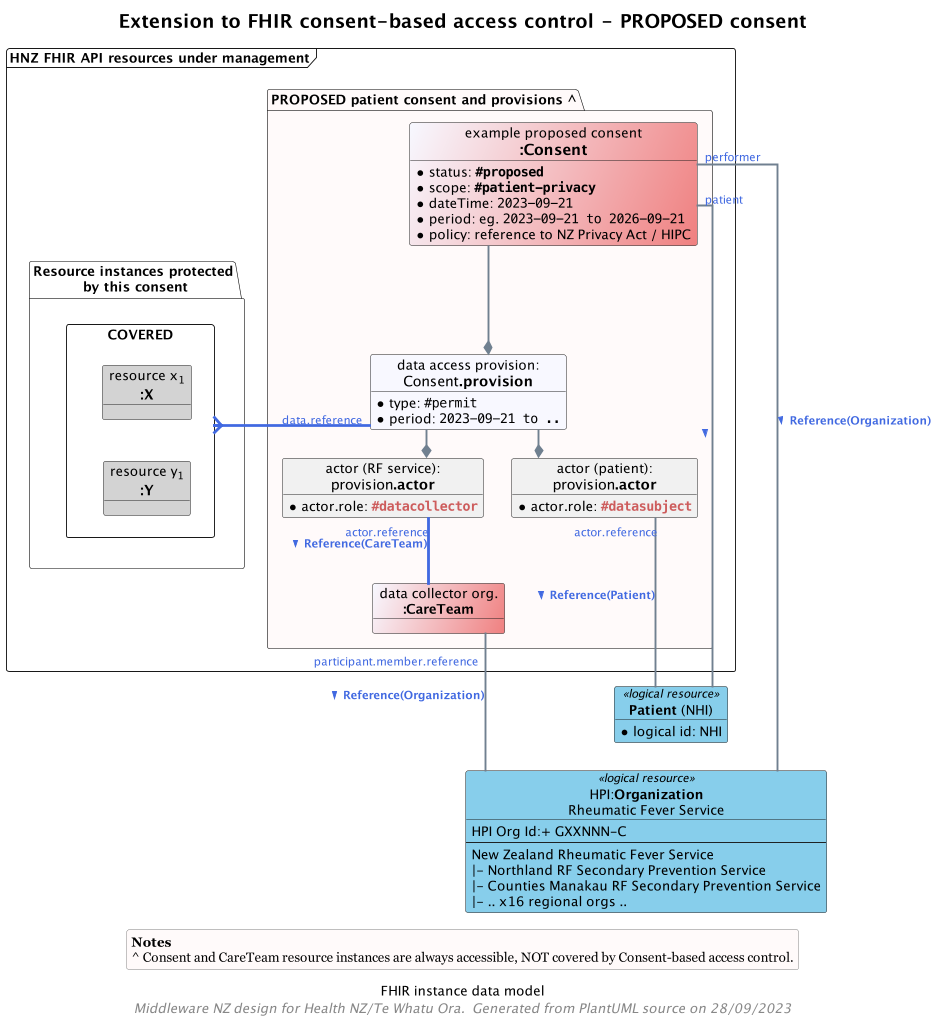
tewhatuora/cinc-fhir-ig keeps this PlantUML diagram as input/images/obj-FHIR-data-consent-proposed.png. Above is the earlier version.
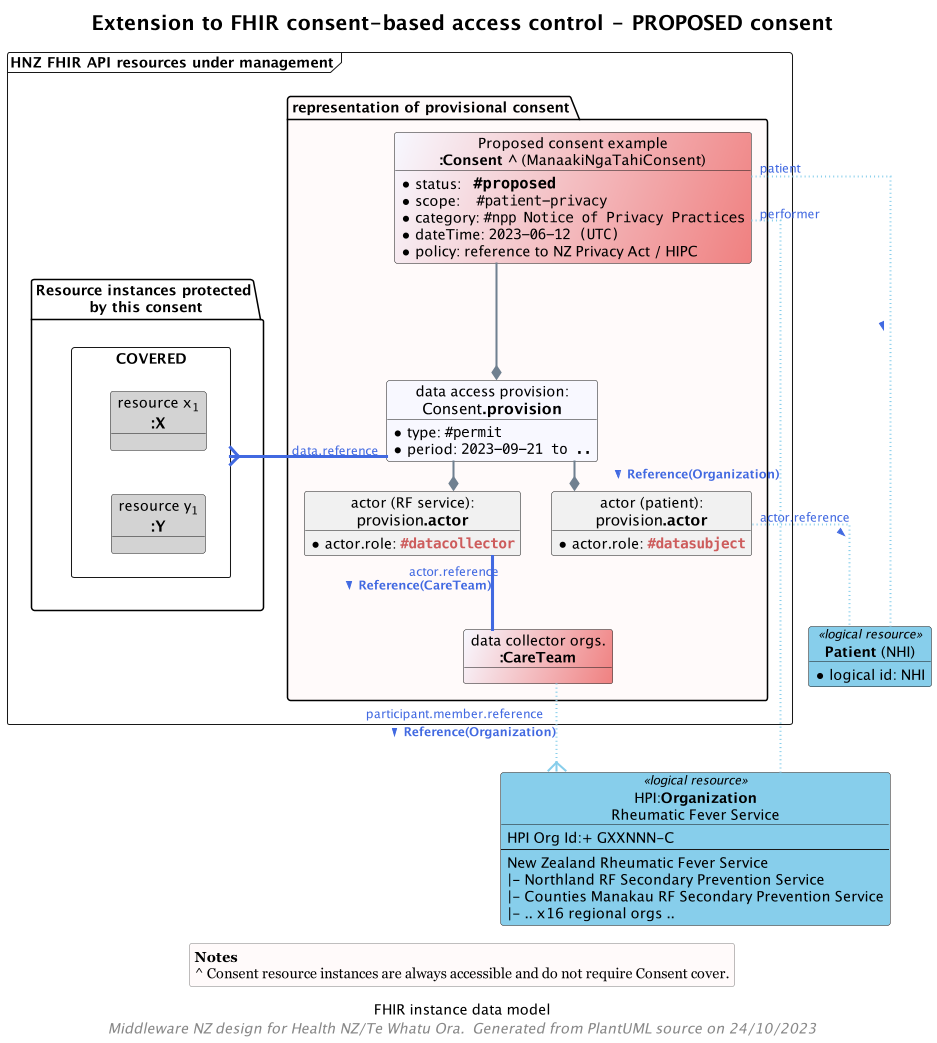
After the commit.

What changed in the source:
```diff
@@ -5,6 +5,7 @@
 footer "Middleware NZ design for Health NZ/Te Whatu Ora.  Generated from PlantUML source on %date('dd/MM/yyyy')"
 skinparam FooterFontSize 14
 skinparam FooterFontStyle italic
+
 
 skinparam arrowFontSize 14
 skinparam ArrowMessageAlignment right
@@ -18,8 +19,6 @@
 skinparam NoteFontSize 15
 skinparam NoteTextAlignment left
 skinparam NoteBackgroundColor #LightYellow
-
-skinparam PackageBorderThickness 0.6
 
 skinparam roundcorner 5
 
@@ -71,13 +70,13 @@
 title "Extension to FHIR consent-based access control - PROPOSED consent"
 frame "HNZ FHIR API resources under management" as HNZMain {
 
-  package "PROPOSED patient consent and provisions ^" as ACTIVE #Snow {
+  package "representation of provisional consent" as ACTIVE #Snow {
 
-    object "example proposed consent\n<size:16>**:Consent**" as CONSENT #GhostWhite/LightCoral {
-      * status: ""**#proposed**""
-      * scope: ""**#patient-privacy**""
-      * dateTime: ""2023-09-21""
-      * period: eg. ""2023-09-21 to 2026-09-21""
+    object "Proposed consent example\n<size:14>**:Consent ^** (ManaakiNgaTahiConsent)" as CONSENT #GhostWhite/LightCoral {
+      * status:   ""<size:15>**#proposed**""
+      * scope:    ""#patient-privacy""
+      * category: ""#npp Notice of Privacy Practices""
+      * dateTime: ""2023-06-12 (UTC)""
       * policy: reference to NZ Privacy Act / HIPC
     }
 
@@ -94,7 +93,7 @@
       * actor.role: ""<color:#IndianRed>**#datasubject**""
     }
 
-    object "data collector org.\n**:CareTeam**" as CARETEAM1 #GhostWhite/LightCoral
+    object "data collector orgs.\n**:CareTeam**" as CARETEAM1 #GhostWhite/LightCoral
   }
 
 
@@ -130,12 +129,12 @@
 }
 
 SActor1 "actor.reference" -[thickness=3,#RoyalBlue]- CARETEAM1: **Reference(CareTeam)** >
-SActor2 "actor.reference" --- Patient: **Reference(Patient)** >
-CARETEAM1 "\nparticipant.member.reference" -d-- HPI: **Reference(Organization)** >
-CONSENT "patient" ---- Patient: >
-CONSENT "performer" ---- HPI: **Reference(Organization)** >
+SActor2 "actor.reference" -[dotted,#SkyBlue]- Patient:  >
+CARETEAM1 "\nparticipant.member.reference" -[dotted,#SkyBlue]d--{ HPI: **Reference(Organization)** >
+CONSENT "patient" -[dotted,#SkyBlue]-- Patient: >
+CONSENT "performer" -[dotted,#SkyBlue]--- HPI: **Reference(Organization)** >
 
-$ObjectDiagramLegendWithNote("Notes","^ Consent and CareTeam resource instances are always accessible, NOT covered by Consent-based access control.")
+$ObjectDiagramLegendWithNote("Notes","^ Consent resource instances are always accessible and do not require Consent cover.")
 
 footer "Middleware NZ design for Health NZ/Te Whatu Ora.  Generated from PlantUML source on %date('dd/MM/yyyy')"
 
```
